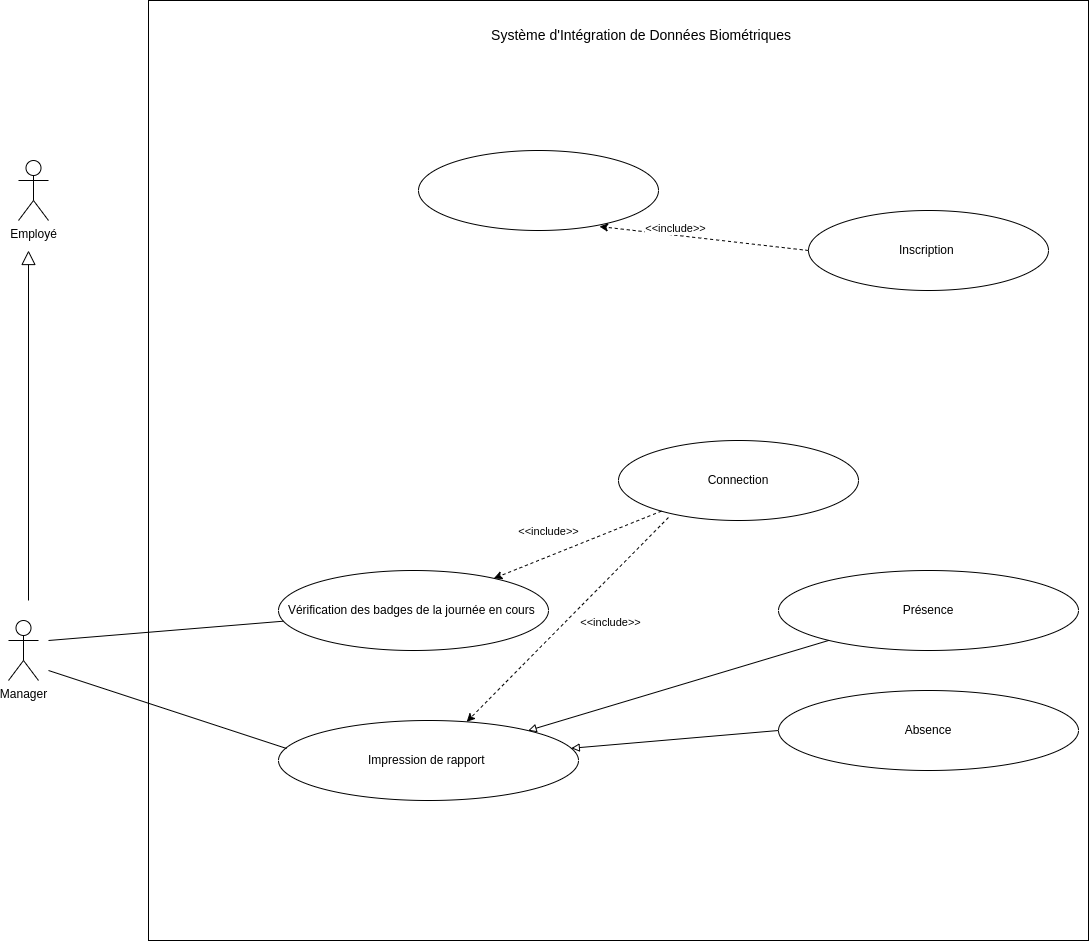
This is static/Diagramme de cas d'utilisation.drawio.png from Siluearsene/borne_biometrique, a draw.io export, as it was before one commit. Source tidied: cells renumbered, new cells last; positions are measured from the earlier drawing's top-left corner, leaving out a move shared by most shapes.
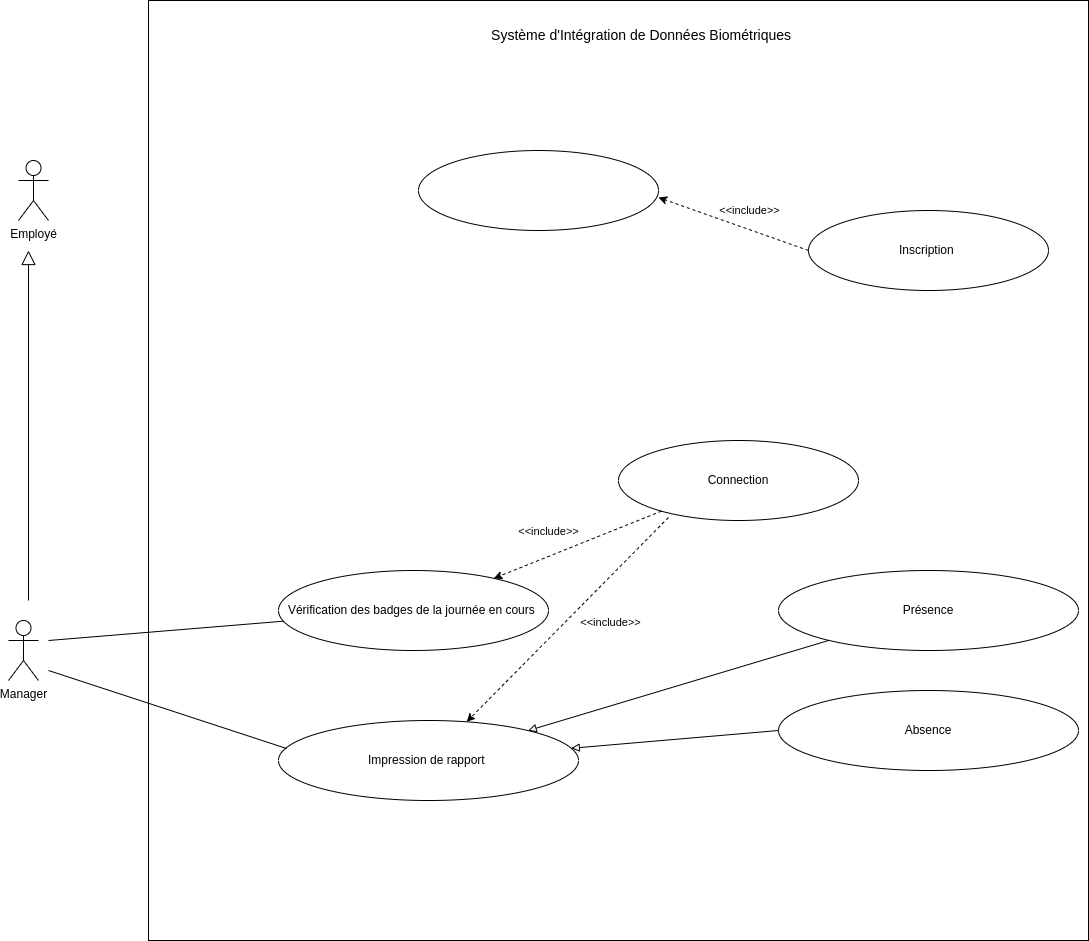
Later version of the same file.

Commit message:
Mettre à jour Diagramme de cas d'utilisation.drawio.png

What changed in the source:
```diff
@@ -73,12 +73,12 @@
         <mxPoint x="-37" y="-13" as="offset" />
       </mxGeometry>
     </mxCell>
-    <mxCell id="22" style="endArrow=classic;html=1;rounded=0;dashed=1;exitX=0;exitY=0.5;exitDx=0;exitDy=0;entryX=0.754;entryY=0.95;entryDx=0;entryDy=0;entryPerimeter=0;" parent="1" edge="1" source="19" target="7">
+    <mxCell id="22" style="endArrow=classic;html=1;rounded=0;dashed=1;exitX=0;exitY=0.5;exitDx=0;exitDy=0;entryX=1;entryY=0.588;entryDx=0;entryDy=0;entryPerimeter=0;" parent="1" edge="1" source="19" target="7">
       <mxGeometry relative="1" as="geometry" />
     </mxCell>
     <mxCell id="23" value="&lt;font style=&quot;font-size: 11px;&quot;&gt;&amp;lt;&amp;lt;include&amp;gt;&lt;/font&gt;&amp;gt;" style="edgeLabel;html=1;align=center;verticalAlign=middle;" parent="22" vertex="1">
       <mxGeometry x="-0.08" y="2" relative="1" as="geometry">
-        <mxPoint x="-37" y="-13" as="offset" />
+        <mxPoint x="10" y="-18" as="offset" />
       </mxGeometry>
     </mxCell>
   </root>
```
